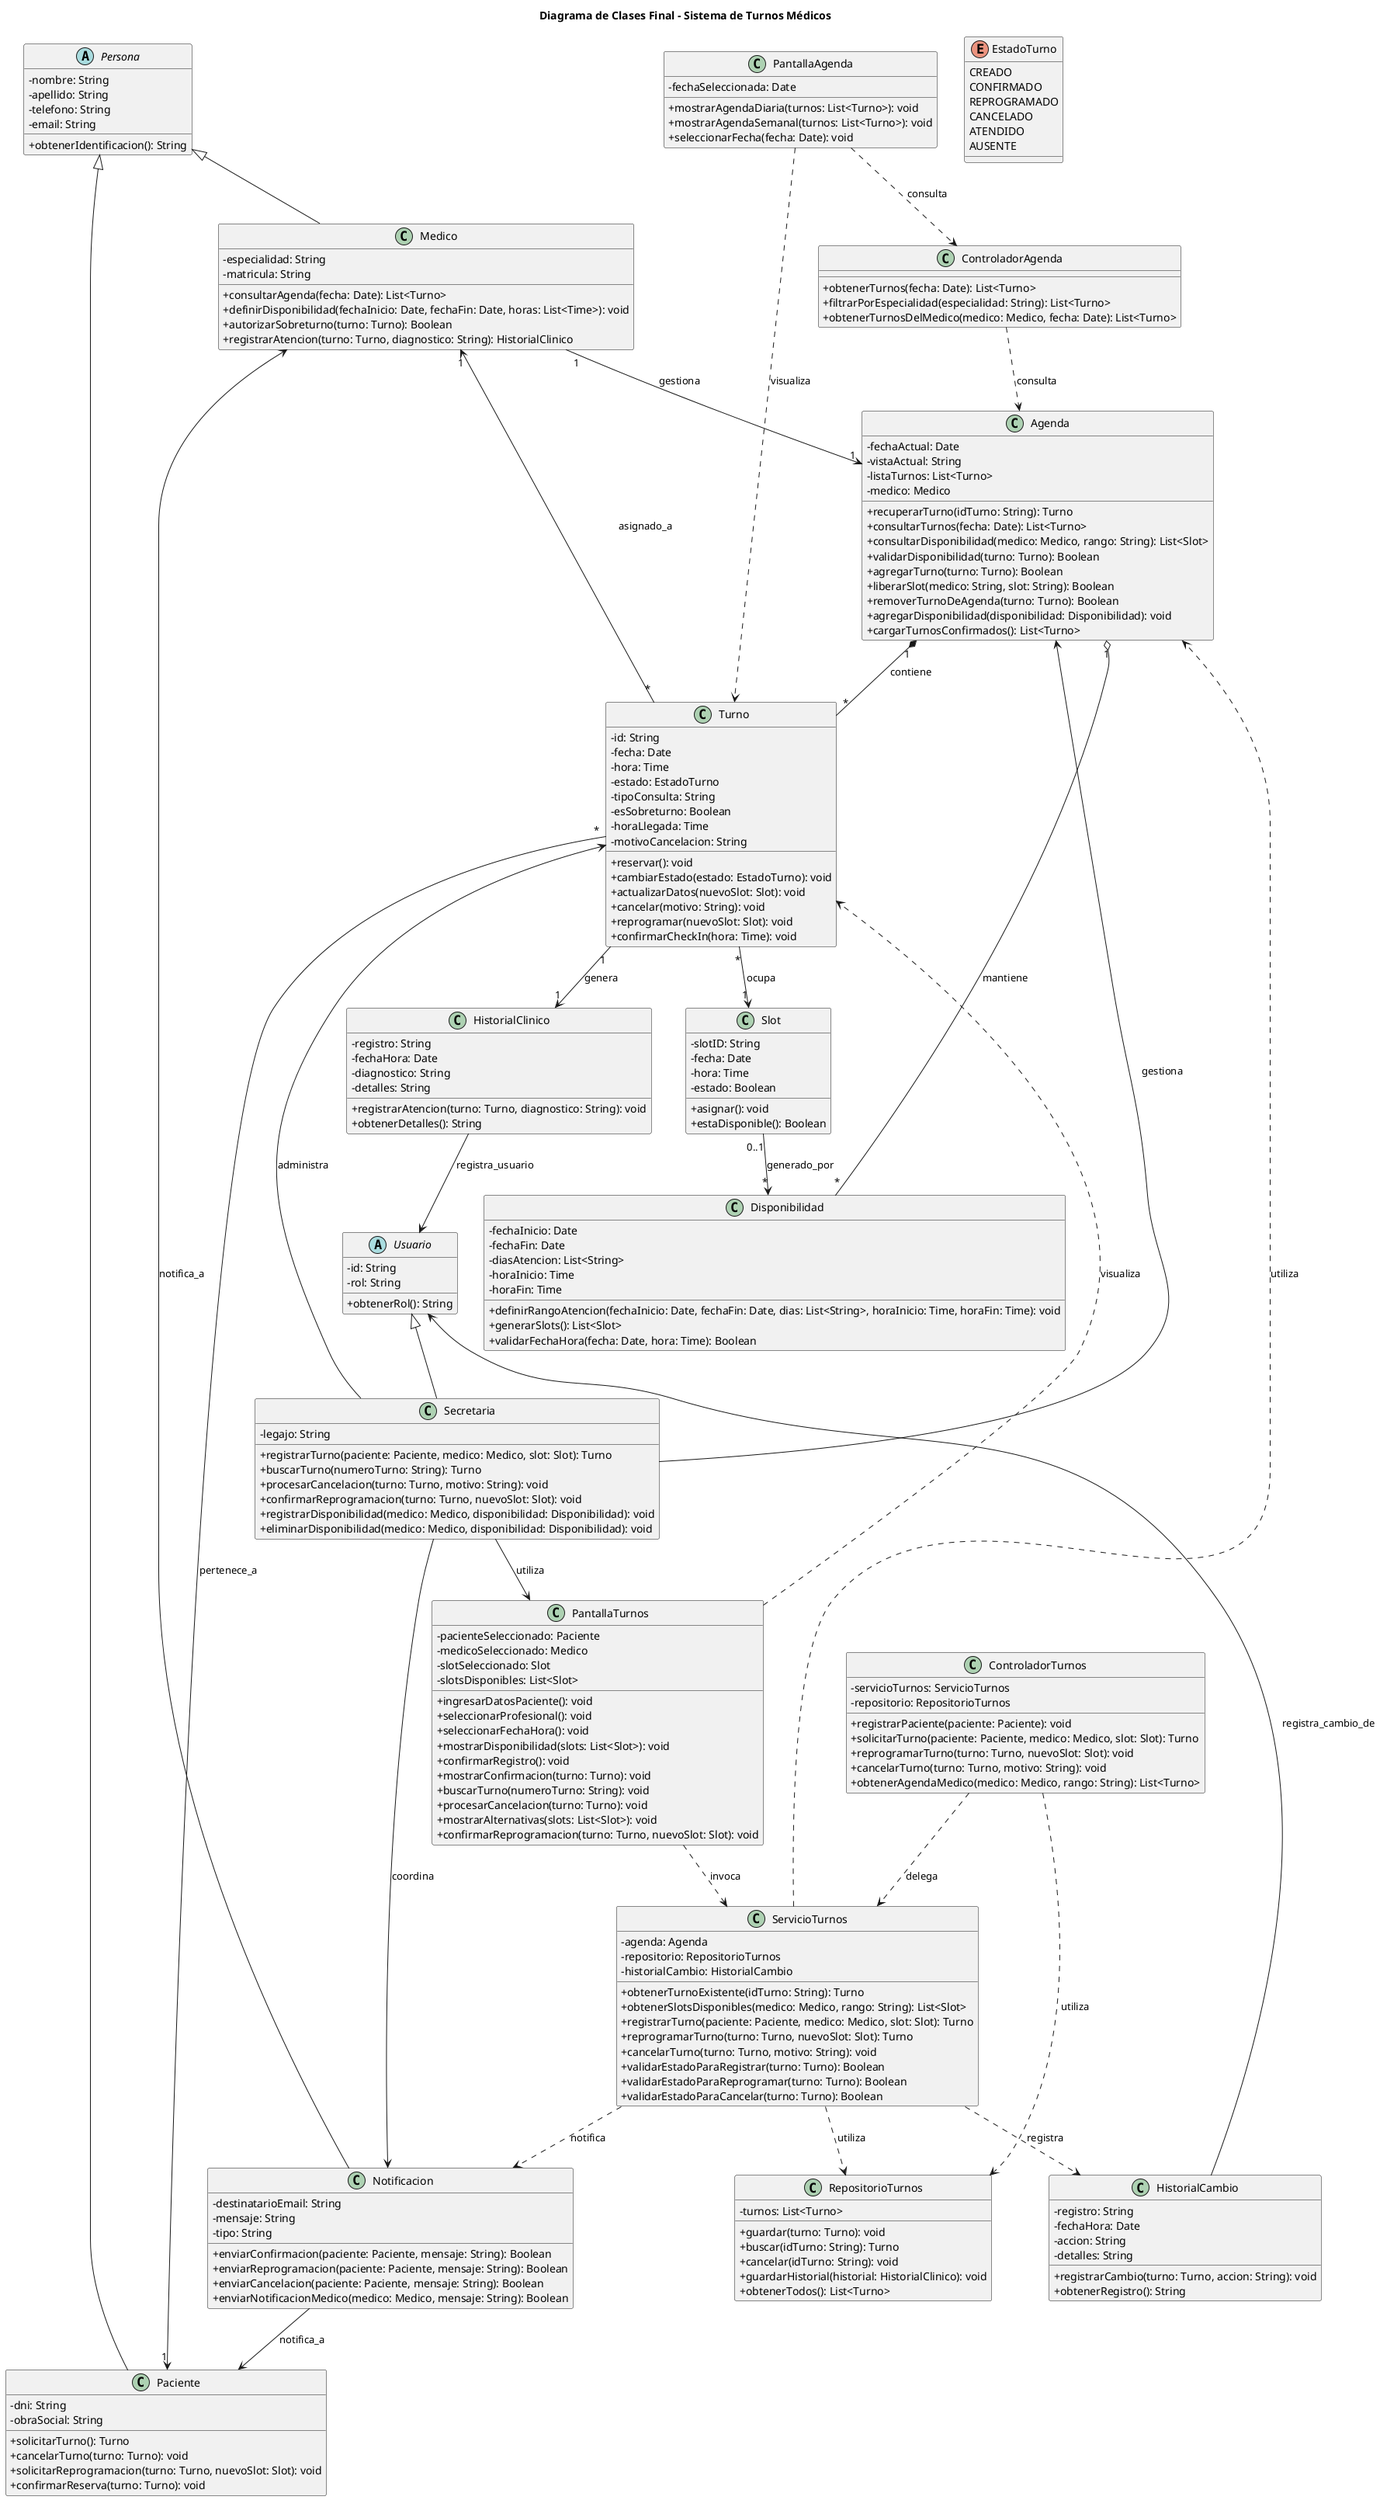
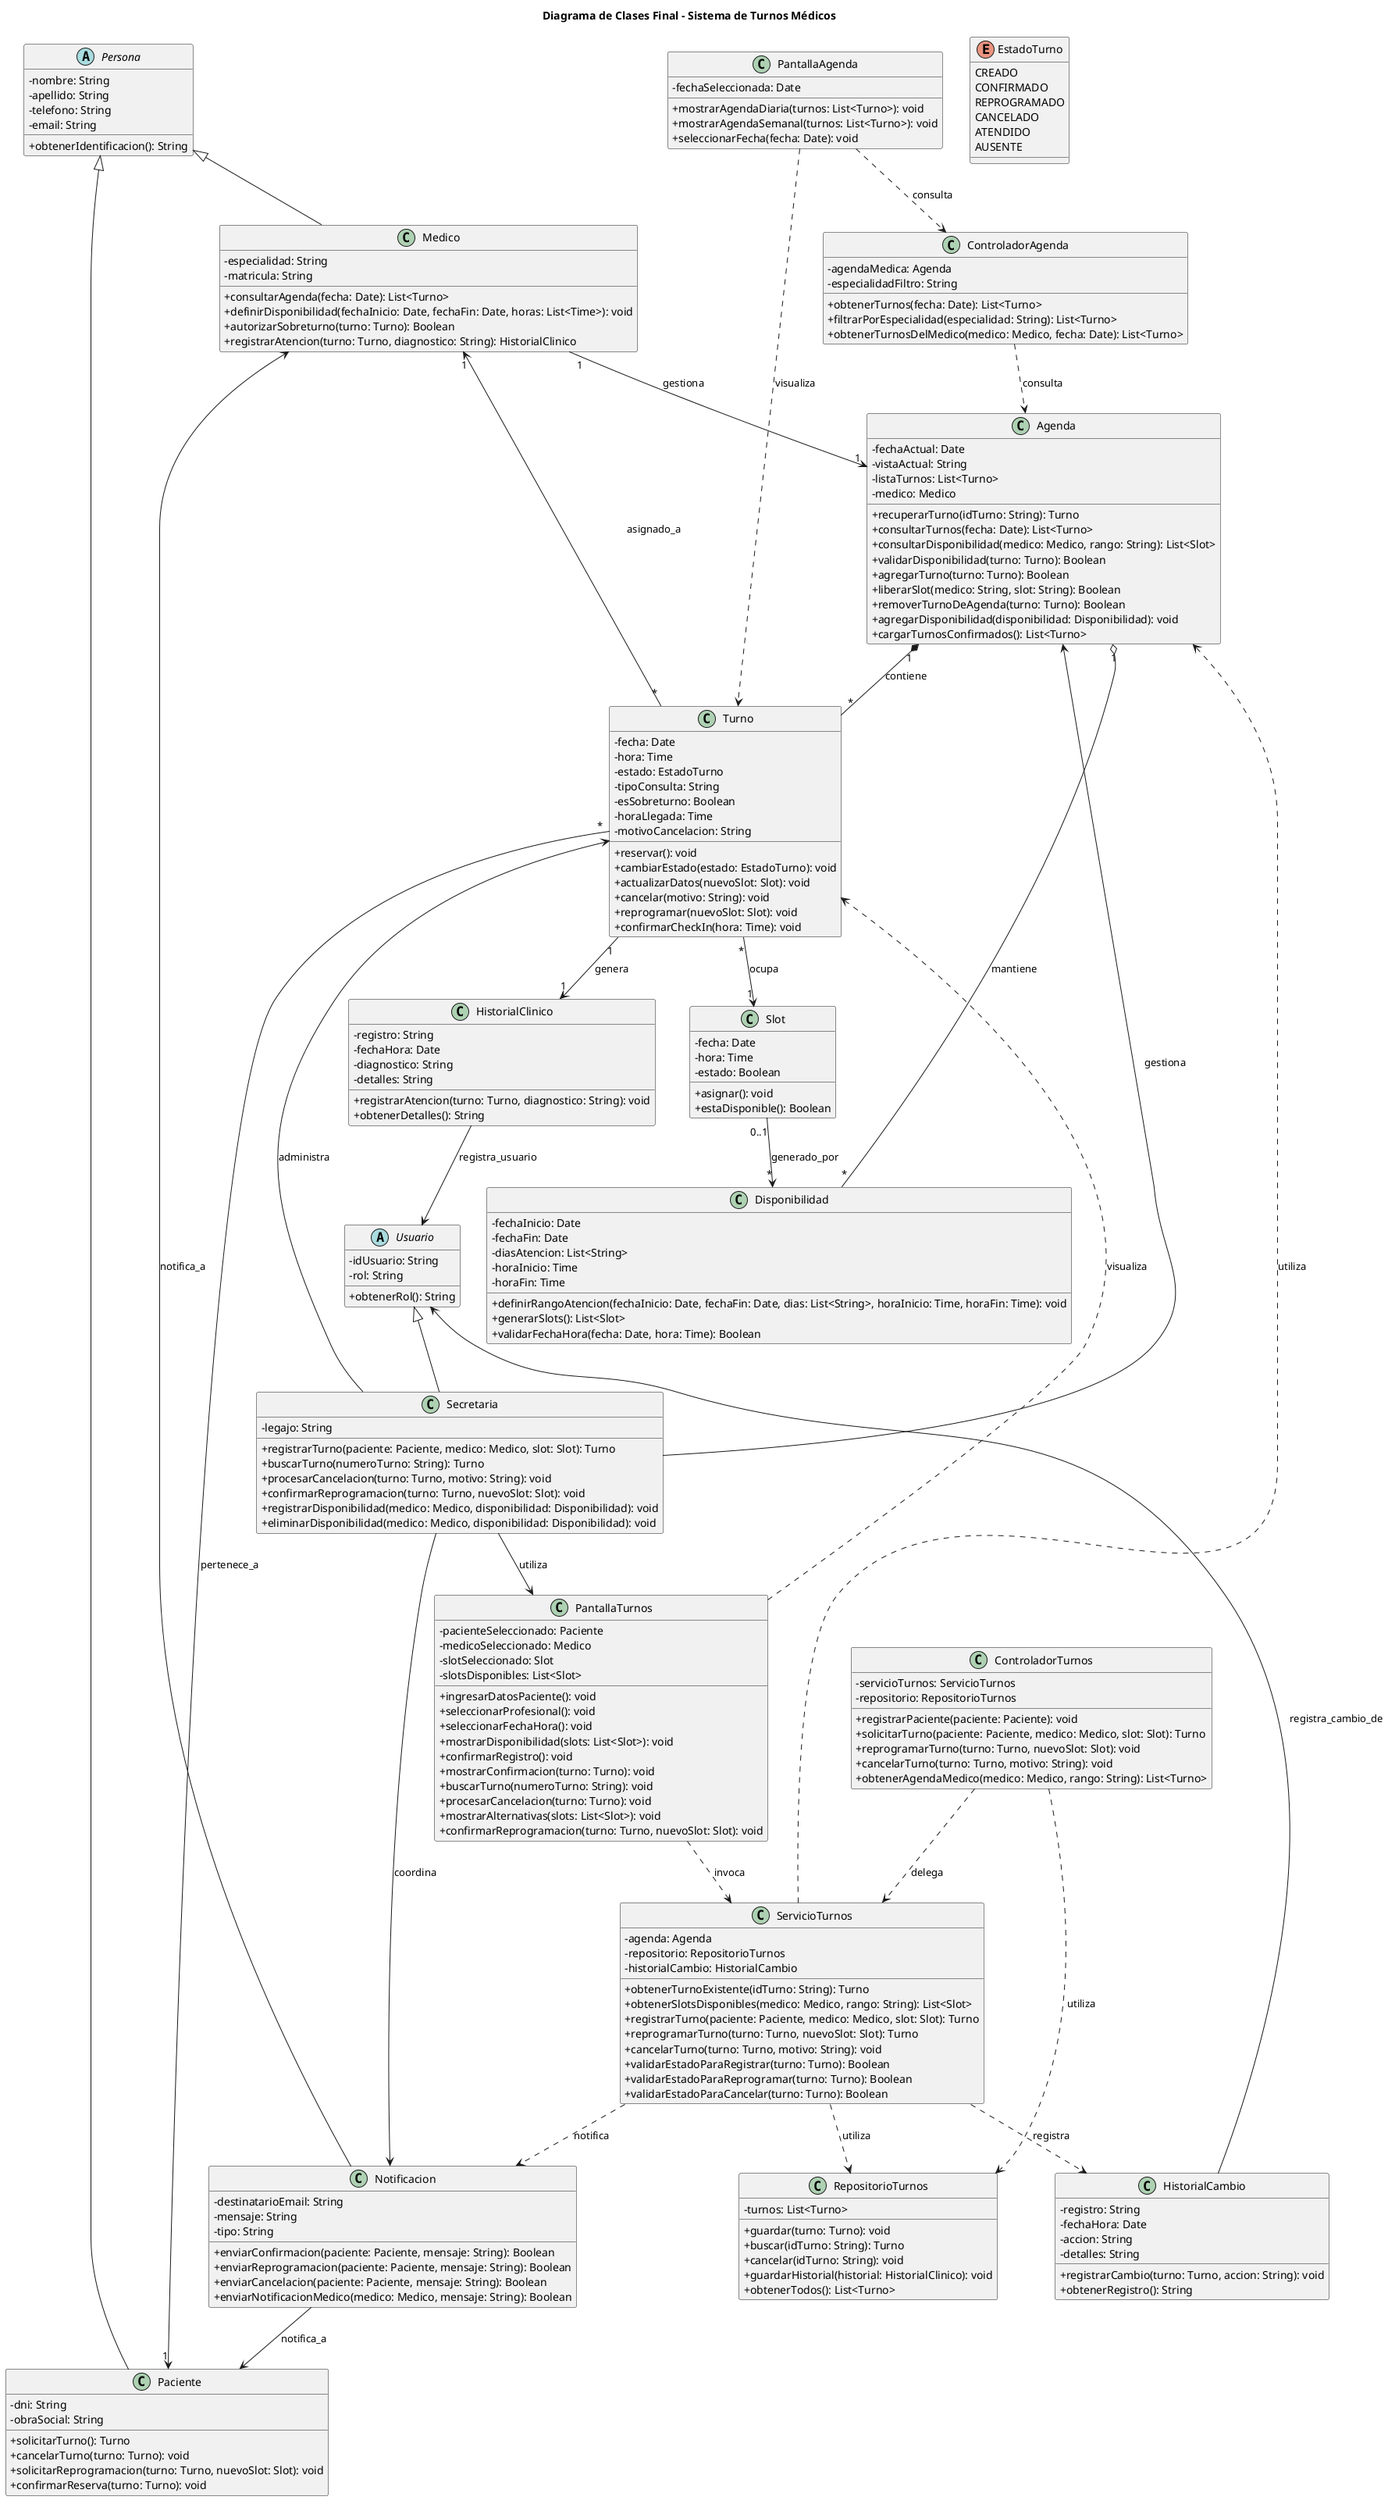
@startuml 06-clases-diagrama-final
title Diagrama de Clases Final - Sistema de Turnos Médicos
skinparam classAttributeIconSize 0

' =====================================================
' CAPA DE DOMINIO - ENTIDADES BASE
' =====================================================

abstract class Persona {
  - nombre: String
  - apellido: String
  - telefono: String
  - email: String
  + obtenerIdentificacion(): String
}

abstract class Usuario {
-   - id: String
+   - idUsuario: String
  - rol: String
  + obtenerRol(): String
}

class Paciente {
  - dni: String
  - obraSocial: String
  + solicitarTurno(): Turno
  + cancelarTurno(turno: Turno): void
  + solicitarReprogramacion(turno: Turno, nuevoSlot: Slot): void
  + confirmarReserva(turno: Turno): void
}

class Medico {
  - especialidad: String
  - matricula: String
  + consultarAgenda(fecha: Date): List<Turno>
  + definirDisponibilidad(fechaInicio: Date, fechaFin: Date, horas: List<Time>): void
  + autorizarSobreturno(turno: Turno): Boolean
  + registrarAtencion(turno: Turno, diagnostico: String): HistorialClinico
}

class Secretaria {
  - legajo: String
  + registrarTurno(paciente: Paciente, medico: Medico, slot: Slot): Turno
  + buscarTurno(numeroTurno: String): Turno
  + procesarCancelacion(turno: Turno, motivo: String): void
  + confirmarReprogramacion(turno: Turno, nuevoSlot: Slot): void
  + registrarDisponibilidad(medico: Medico, disponibilidad: Disponibilidad): void
  + eliminarDisponibilidad(medico: Medico, disponibilidad: Disponibilidad): void
}

' =====================================================
' CAPA DE DOMINIO - ENTIDADES PRINCIPALES
' =====================================================

class Agenda {
  - fechaActual: Date
  - vistaActual: String
  - listaTurnos: List<Turno>
  - medico: Medico
  + recuperarTurno(idTurno: String): Turno
  + consultarTurnos(fecha: Date): List<Turno>
  + consultarDisponibilidad(medico: Medico, rango: String): List<Slot>
  + validarDisponibilidad(turno: Turno): Boolean
  + agregarTurno(turno: Turno): Boolean
  + liberarSlot(medico: String, slot: String): Boolean
  + removerTurnoDeAgenda(turno: Turno): Boolean
  + agregarDisponibilidad(disponibilidad: Disponibilidad): void
  + cargarTurnosConfirmados(): List<Turno>
}

class Turno {
-   - id: String
  - fecha: Date
  - hora: Time
  - estado: EstadoTurno
  - tipoConsulta: String
  - esSobreturno: Boolean
  - horaLlegada: Time
  - motivoCancelacion: String
  + reservar(): void
  + cambiarEstado(estado: EstadoTurno): void
  + actualizarDatos(nuevoSlot: Slot): void
  + cancelar(motivo: String): void
  + reprogramar(nuevoSlot: Slot): void
  + confirmarCheckIn(hora: Time): void
}

class Slot {
-   - slotID: String
  - fecha: Date
  - hora: Time
  - estado: Boolean
  + asignar(): void
  + estaDisponible(): Boolean
}

class Disponibilidad {
  - fechaInicio: Date
  - fechaFin: Date
  - diasAtencion: List<String>
  - horaInicio: Time
  - horaFin: Time
  + definirRangoAtencion(fechaInicio: Date, fechaFin: Date, dias: List<String>, horaInicio: Time, horaFin: Time): void
  + generarSlots(): List<Slot>
  + validarFechaHora(fecha: Date, hora: Time): Boolean
}

enum EstadoTurno {
  CREADO
  CONFIRMADO
  REPROGRAMADO
  CANCELADO
  ATENDIDO
  AUSENTE
}

' =====================================================
' CAPA DE DOMINIO - HISTORIAL Y REGISTRO
' =====================================================

class HistorialClinico {
  - registro: String
  - fechaHora: Date
  - diagnostico: String
  - detalles: String
  + registrarAtencion(turno: Turno, diagnostico: String): void
  + obtenerDetalles(): String
}

class HistorialCambio {
  - registro: String
  - fechaHora: Date
  - accion: String
  - detalles: String
  + registrarCambio(turno: Turno, accion: String): void
  + obtenerRegistro(): String
}

' =====================================================
' CAPA DE APLICACIÓN - SERVICIOS
' =====================================================

class ServicioTurnos {
  - agenda: Agenda
  - repositorio: RepositorioTurnos
  - historialCambio: HistorialCambio
  + obtenerTurnoExistente(idTurno: String): Turno
  + obtenerSlotsDisponibles(medico: Medico, rango: String): List<Slot>
  + registrarTurno(paciente: Paciente, medico: Medico, slot: Slot): Turno
  + reprogramarTurno(turno: Turno, nuevoSlot: Slot): Turno
  + cancelarTurno(turno: Turno, motivo: String): void
  + validarEstadoParaRegistrar(turno: Turno): Boolean
  + validarEstadoParaReprogramar(turno: Turno): Boolean
  + validarEstadoParaCancelar(turno: Turno): Boolean
}

class ControladorTurnos {
  - servicioTurnos: ServicioTurnos
  - repositorio: RepositorioTurnos
  + registrarPaciente(paciente: Paciente): void
  + solicitarTurno(paciente: Paciente, medico: Medico, slot: Slot): Turno
  + reprogramarTurno(turno: Turno, nuevoSlot: Slot): void
  + cancelarTurno(turno: Turno, motivo: String): void
  + obtenerAgendaMedico(medico: Medico, rango: String): List<Turno>
}

class ControladorAgenda {
+   - agendaMedica: Agenda
+   - especialidadFiltro: String
  + obtenerTurnos(fecha: Date): List<Turno>
  + filtrarPorEspecialidad(especialidad: String): List<Turno>
  + obtenerTurnosDelMedico(medico: Medico, fecha: Date): List<Turno>
}

class RepositorioTurnos {
  - turnos: List<Turno>
  + guardar(turno: Turno): void
  + buscar(idTurno: String): Turno
  + cancelar(idTurno: String): void
  + guardarHistorial(historial: HistorialClinico): void
  + obtenerTodos(): List<Turno>
}

class Notificacion {
  - destinatarioEmail: String
  - mensaje: String
  - tipo: String
  + enviarConfirmacion(paciente: Paciente, mensaje: String): Boolean
  + enviarReprogramacion(paciente: Paciente, mensaje: String): Boolean
  + enviarCancelacion(paciente: Paciente, mensaje: String): Boolean
  + enviarNotificacionMedico(medico: Medico, mensaje: String): Boolean
}

' =====================================================
' CAPA DE PRESENTACIÓN
' =====================================================

class PantallaTurnos {
  - pacienteSeleccionado: Paciente
  - medicoSeleccionado: Medico
  - slotSeleccionado: Slot
  - slotsDisponibles: List<Slot>
  + ingresarDatosPaciente(): void
  + seleccionarProfesional(): void
  + seleccionarFechaHora(): void
  + mostrarDisponibilidad(slots: List<Slot>): void
  + confirmarRegistro(): void
  + mostrarConfirmacion(turno: Turno): void
  + buscarTurno(numeroTurno: String): void
  + procesarCancelacion(turno: Turno): void
  + mostrarAlternativas(slots: List<Slot>): void
  + confirmarReprogramacion(turno: Turno, nuevoSlot: Slot): void
}

class PantallaAgenda {
  - fechaSeleccionada: Date
  + mostrarAgendaDiaria(turnos: List<Turno>): void
  + mostrarAgendaSemanal(turnos: List<Turno>): void
  + seleccionarFecha(fecha: Date): void
}

' =====================================================
' RELACIONES - HERENCIA
' =====================================================

Persona <|-- Paciente
Persona <|-- Medico
Usuario <|-- Secretaria

' =====================================================
' RELACIONES - COMPOSICIÓN Y AGREGACIÓN
' =====================================================

Medico "1" --> "1" Agenda : gestiona
Agenda "1" *-- "*" Turno : contiene
Agenda "1" o-- "*" Disponibilidad : mantiene
Turno "*" --> "1" Paciente : pertenece_a
Turno "*" --> "1" Medico : asignado_a
Turno "*" --> "1" Slot : ocupa
Turno "1" --> "1" HistorialClinico : genera
Slot "0..1" --> "*" Disponibilidad : generado_por

' =====================================================
' RELACIONES - DEPENDENCIAS (APLICACIÓN)
' =====================================================

ServicioTurnos ..> Agenda : utiliza
ServicioTurnos ..> RepositorioTurnos : utiliza
ServicioTurnos ..> HistorialCambio : registra
ServicioTurnos ..> Notificacion : notifica

ControladorTurnos ..> ServicioTurnos : delega
ControladorTurnos ..> RepositorioTurnos : utiliza
ControladorAgenda ..> Agenda : consulta

PantallaTurnos ..> ServicioTurnos : invoca
PantallaTurnos ..> Turno : visualiza
PantallaAgenda ..> ControladorAgenda : consulta
PantallaAgenda ..> Turno : visualiza

' =====================================================
' RELACIONES - ACTORES
' =====================================================

Secretaria --> PantallaTurnos : utiliza
Secretaria --> Agenda : gestiona
Secretaria --> Turno : administra
Secretaria --> Notificacion : coordina

Notificacion --> Paciente : notifica_a
Notificacion --> Medico : notifica_a

HistorialCambio --> Usuario : registra_cambio_de
HistorialClinico --> Usuario : registra_usuario

@enduml